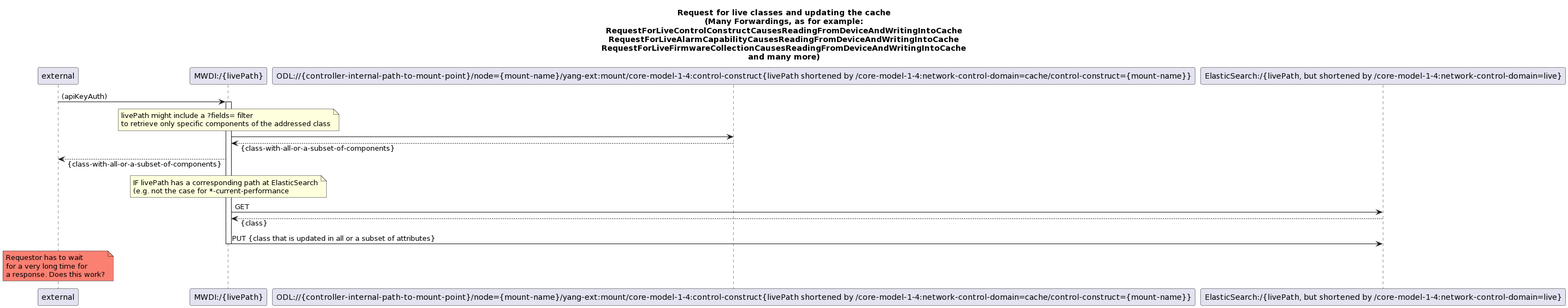
openBackhaul/MicroWaveDeviceInventory keeps this PlantUML diagram as spec/diagrams/500_LiveRessourcePathWithCacheUpdate.png. Above is the earlier version. Its diagram source:
```plantuml
@startuml
skinparam responseMessageBelowArrow true

title
Request for live classes and updating the cache
(Many Forwardings, as for example:
RequestForLiveControlConstructCausesReadingFromDeviceAndWritingIntoCache
RequestForLiveAlarmCapabilityCausesReadingFromDeviceAndWritingIntoCache
RequestForLiveFirmwareCollectionCausesReadingFromDeviceAndWritingIntoCache
and many more)
end title


participant "external" as requestor
participant "MWDI:/{livePath}" as LiveControlConstructClass
participant "ODL://{controller-internal-path-to-mount-point}/node={mount-name}/yang-ext:mount/core-model-1-4:control-construct{livePath shortened by /core-model-1-4:network-control-domain=cache/control-construct={mount-name}}" as OdlControlConstructClass
participant "ElasticSearch:/{livePath, but shortened by /core-model-1-4:network-control-domain=live}" as EsControlConstructClass



requestor -> LiveControlConstructClass: (apiKeyAuth)
activate LiveControlConstructClass

note over LiveControlConstructClass
livePath might include a ?fields= filter
to retrieve only specific components of the addressed class
end note
LiveControlConstructClass -> OdlControlConstructClass
OdlControlConstructClass --> LiveControlConstructClass: {class-with-all-or-a-subset-of-components}

LiveControlConstructClass --> requestor: {class-with-all-or-a-subset-of-components}

note over LiveControlConstructClass
IF livePath has a corresponding path at ElasticSearch
(e.g. not the case for *-current-performance
end note
LiveControlConstructClass -> EsControlConstructClass: GET
EsControlConstructClass --> LiveControlConstructClass: {class}

LiveControlConstructClass -> EsControlConstructClass: PUT {class that is updated in all or a subset of attributes}

deactivate LiveControlConstructClass

skinparam NoteBackgroundColor salmon
note over requestor: Requestor has to wait \nfor a very long time for \na response. Does this work?
skinparam NoteBackgroundColor default
@enduml
```
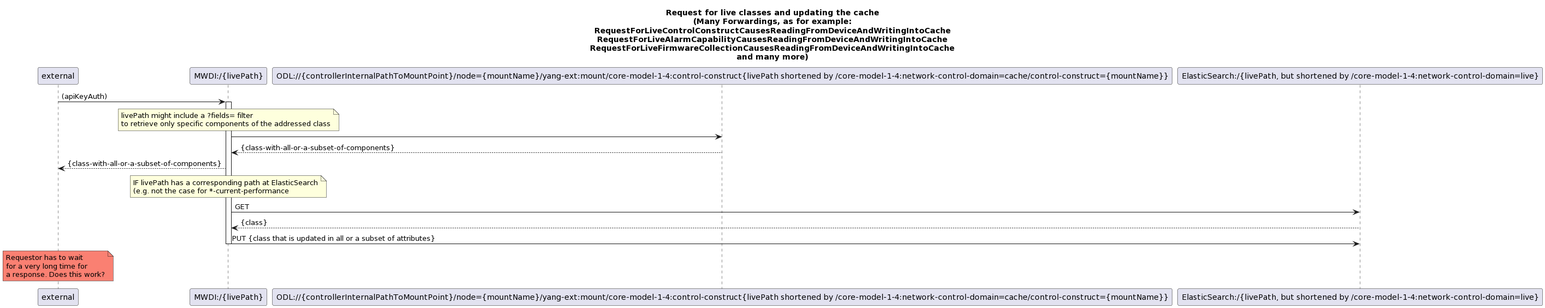
The same file after the commit.

What changed in the source:
```diff
@@ -13,7 +13,7 @@
 
 participant "external" as requestor
 participant "MWDI:/{livePath}" as LiveControlConstructClass
-participant "ODL://{controller-internal-path-to-mount-point}/node={mount-name}/yang-ext:mount/core-model-1-4:control-construct{livePath shortened by /core-model-1-4:network-control-domain=cache/control-construct={mount-name}}" as OdlControlConstructClass
+participant "ODL://{controllerInternalPathToMountPoint}/node={mountName}/yang-ext:mount/core-model-1-4:control-construct{livePath shortened by /core-model-1-4:network-control-domain=cache/control-construct={mountName}}" as OdlControlConstructClass
 participant "ElasticSearch:/{livePath, but shortened by /core-model-1-4:network-control-domain=live}" as EsControlConstructClass
 
 
```
